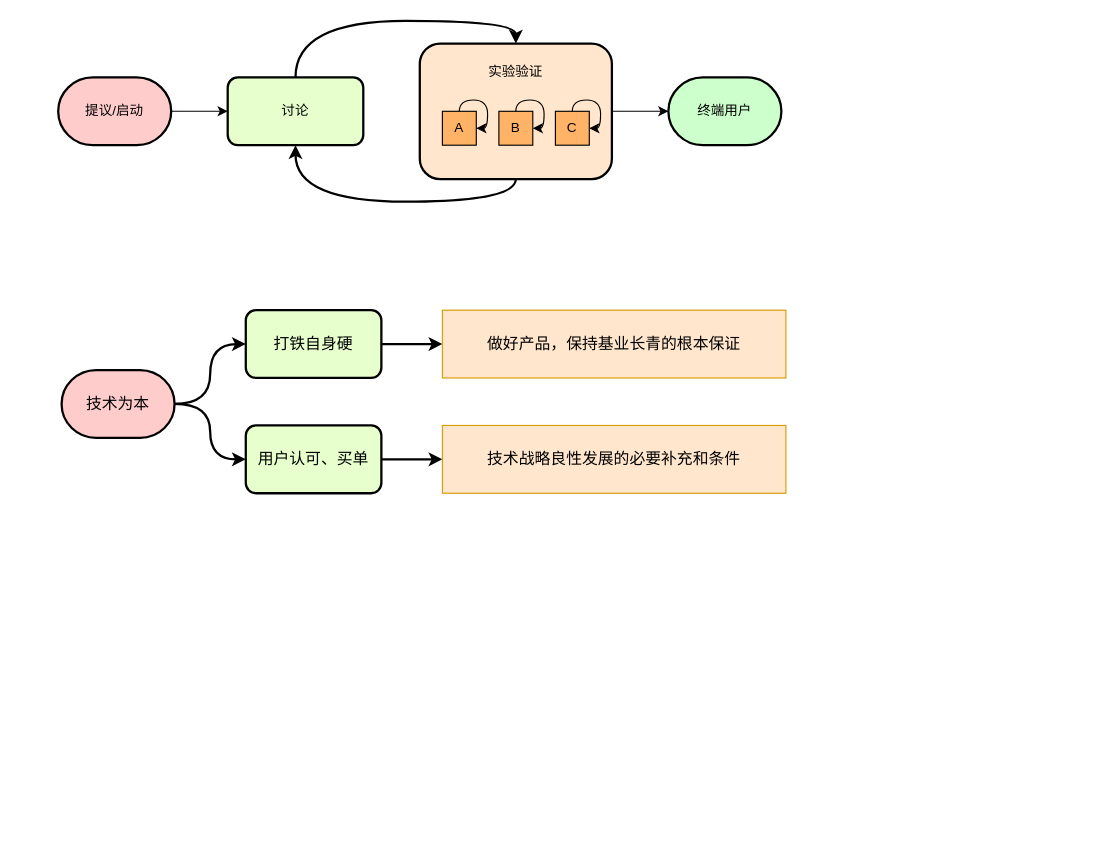
Earlier version of the draw.io diagram work/k2.drawio (pkufool/drawio). Source tidied: cells renumbered, new cells numbered last; positions are measured from the earlier drawing's top-left corner, leaving out a move shared by most shapes. Both pictures are drawn from the tidied source at 113%, with x=0, y=0 at pixel (58, 43).
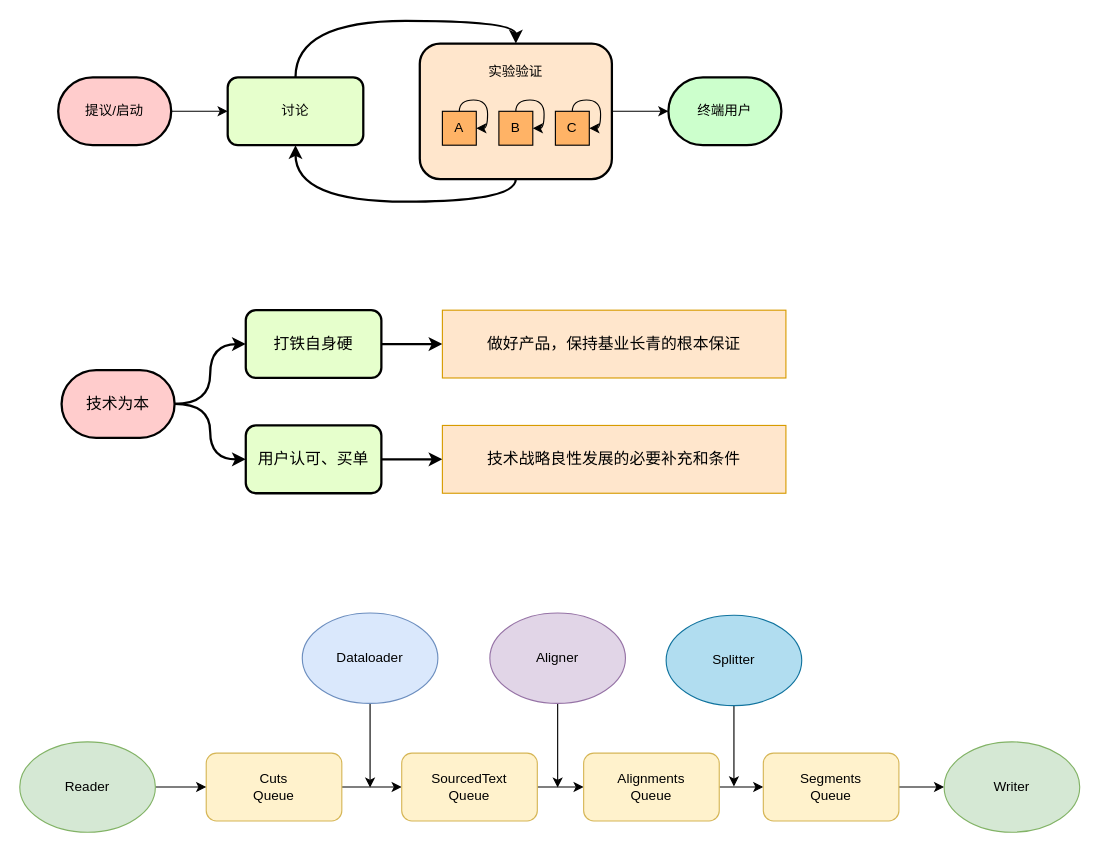
The same page after the edit.

Diff of the diagram source:
```diff
@@
+    <mxCell id="26" style="edgeStyle=orthogonalEdgeStyle;rounded=0;jettySize=auto;html=1;exitX=1;exitY=0.5;exitDx=0;exitDy=0;" parent="1" edge="1" source="27" target="29">
+      <mxGeometry relative="1" as="geometry" />
+    </mxCell>
+    <mxCell id="27" value="Cuts&lt;br&gt;Queue" style="rounded=1;whiteSpace=wrap;html=1;fillColor=#fff2cc;strokeColor=#d6b656;" parent="1" vertex="1">
+      <mxGeometry x="131" y="628" width="120" height="60" as="geometry" />
+    </mxCell>
+    <mxCell id="28" style="edgeStyle=orthogonalEdgeStyle;rounded=0;jettySize=auto;html=1;exitX=1;exitY=0.5;exitDx=0;exitDy=0;" parent="1" edge="1" source="29" target="31">
+      <mxGeometry relative="1" as="geometry" />
+    </mxCell>
+    <mxCell id="29" value="SourcedText&lt;br&gt;Queue" style="rounded=1;whiteSpace=wrap;html=1;fillColor=#fff2cc;strokeColor=#d6b656;" parent="1" vertex="1">
+      <mxGeometry x="304" y="628" width="120" height="60" as="geometry" />
+    </mxCell>
+    <mxCell id="30" style="edgeStyle=orthogonalEdgeStyle;rounded=0;jettySize=auto;html=1;exitX=1;exitY=0.5;exitDx=0;exitDy=0;entryX=0;entryY=0.5;entryDx=0;entryDy=0;" parent="1" edge="1" source="31" target="33">
+      <mxGeometry relative="1" as="geometry" />
+    </mxCell>
+    <mxCell id="31" value="Alignments&lt;br&gt;Queue" style="rounded=1;whiteSpace=wrap;html=1;fillColor=#fff2cc;strokeColor=#d6b656;" parent="1" vertex="1">
+      <mxGeometry x="465" y="628" width="120" height="60" as="geometry" />
+    </mxCell>
+    <mxCell id="32" style="edgeStyle=orthogonalEdgeStyle;rounded=0;jettySize=auto;html=1;exitX=1;exitY=0.5;exitDx=0;exitDy=0;entryX=0;entryY=0.5;entryDx=0;entryDy=0;" parent="1" edge="1" source="33" target="42">
+      <mxGeometry relative="1" as="geometry" />
+    </mxCell>
+    <mxCell id="33" value="Segments&lt;br&gt;Queue" style="rounded=1;whiteSpace=wrap;html=1;fillColor=#fff2cc;strokeColor=#d6b656;" parent="1" vertex="1">
+      <mxGeometry x="624" y="628" width="120" height="60" as="geometry" />
+    </mxCell>
+    <mxCell id="34" style="edgeStyle=orthogonalEdgeStyle;rounded=0;jettySize=auto;html=1;exitX=0.5;exitY=1;exitDx=0;exitDy=0;" parent="1" edge="1" source="35">
+      <mxGeometry relative="1" as="geometry">
+        <mxPoint x="276" y="658.5" as="targetPoint" />
+      </mxGeometry>
+    </mxCell>
+    <mxCell id="35" value="Dataloader" style="ellipse;whiteSpace=wrap;html=1;fillColor=#dae8fc;strokeColor=#6c8ebf;" parent="1" vertex="1">
+      <mxGeometry x="216" y="504" width="120" height="80" as="geometry" />
+    </mxCell>
+    <mxCell id="36" style="edgeStyle=orthogonalEdgeStyle;rounded=0;jettySize=auto;html=1;exitX=0.5;exitY=1;exitDx=0;exitDy=0;" parent="1" edge="1" source="37">
+      <mxGeometry relative="1" as="geometry">
+        <mxPoint x="442" y="658.5" as="targetPoint" />
+      </mxGeometry>
+    </mxCell>
+    <mxCell id="37" value="Aligner" style="ellipse;whiteSpace=wrap;html=1;fillColor=#e1d5e7;strokeColor=#9673a6;" parent="1" vertex="1">
+      <mxGeometry x="382" y="504" width="120" height="80" as="geometry" />
+    </mxCell>
+    <mxCell id="38" style="edgeStyle=orthogonalEdgeStyle;rounded=0;jettySize=auto;html=1;exitX=0.5;exitY=1;exitDx=0;exitDy=0;" parent="1" edge="1" source="39">
+      <mxGeometry relative="1" as="geometry">
+        <mxPoint x="598" y="657.5" as="targetPoint" />
+      </mxGeometry>
+    </mxCell>
+    <mxCell id="39" value="Splitter" style="ellipse;whiteSpace=wrap;html=1;fillColor=#b1ddf0;strokeColor=#10739e;" parent="1" vertex="1">
+      <mxGeometry x="538" y="506" width="120" height="80" as="geometry" />
+    </mxCell>
+    <mxCell id="40" style="edgeStyle=orthogonalEdgeStyle;rounded=0;jettySize=auto;html=1;exitX=1;exitY=0.5;exitDx=0;exitDy=0;entryX=0;entryY=0.5;entryDx=0;entryDy=0;" parent="1" edge="1" source="41" target="27">
+      <mxGeometry relative="1" as="geometry" />
+    </mxCell>
+    <mxCell id="41" value="Reader" style="ellipse;whiteSpace=wrap;html=1;fillColor=#d5e8d4;strokeColor=#82b366;" parent="1" vertex="1">
+      <mxGeometry x="-34" y="618" width="120" height="80" as="geometry" />
+    </mxCell>
+    <mxCell id="42" value="Writer" style="ellipse;whiteSpace=wrap;html=1;fillColor=#d5e8d4;strokeColor=#82b366;" parent="1" vertex="1">
+      <mxGeometry x="784" y="618" width="120" height="80" as="geometry" />
+    </mxCell>
```
